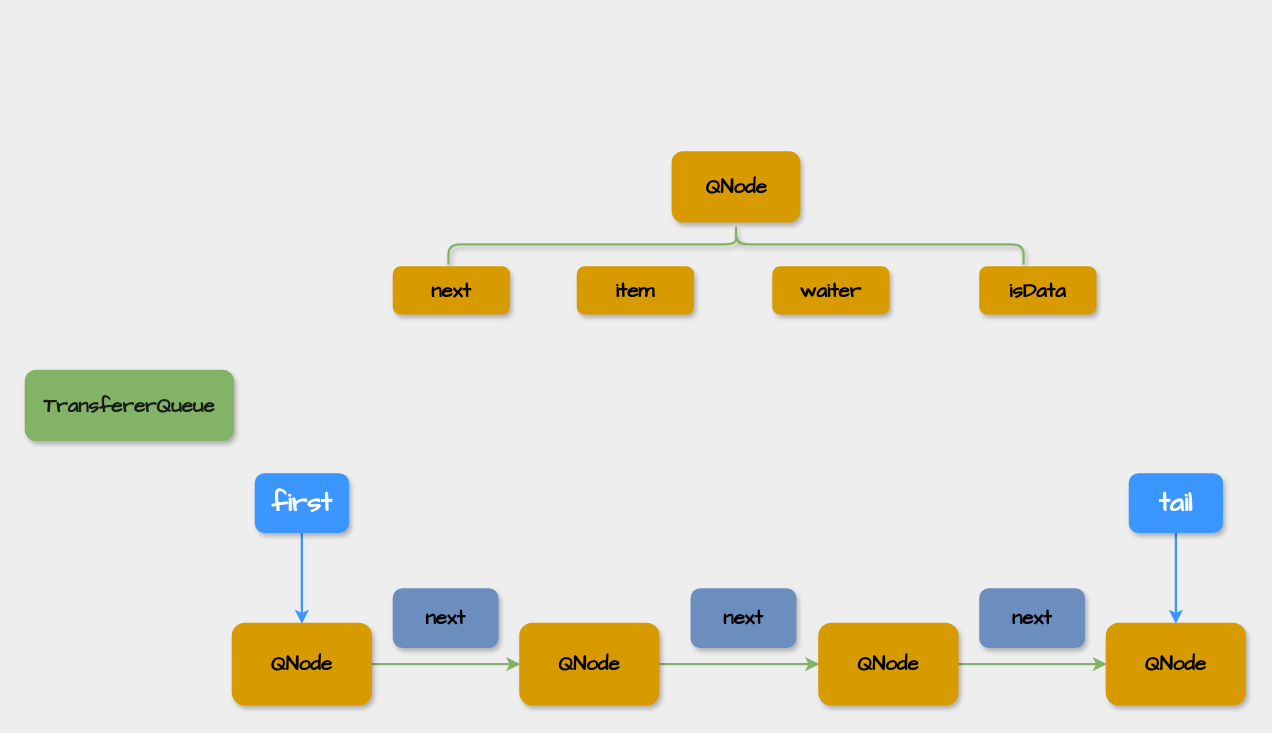
Earlier version of the draw.io diagram page "TransfererQueue" (5 of 7) of thread/SynchronousQueue.drawio (mydlxy/draw). Source tidied: cells renumbered, new cells numbered last; positions are measured from the earlier drawing's top-left corner, leaving out a move shared by most shapes. Both pictures are drawn from the tidied source at 115%, with x=0, y=0 at pixel (25, -44).
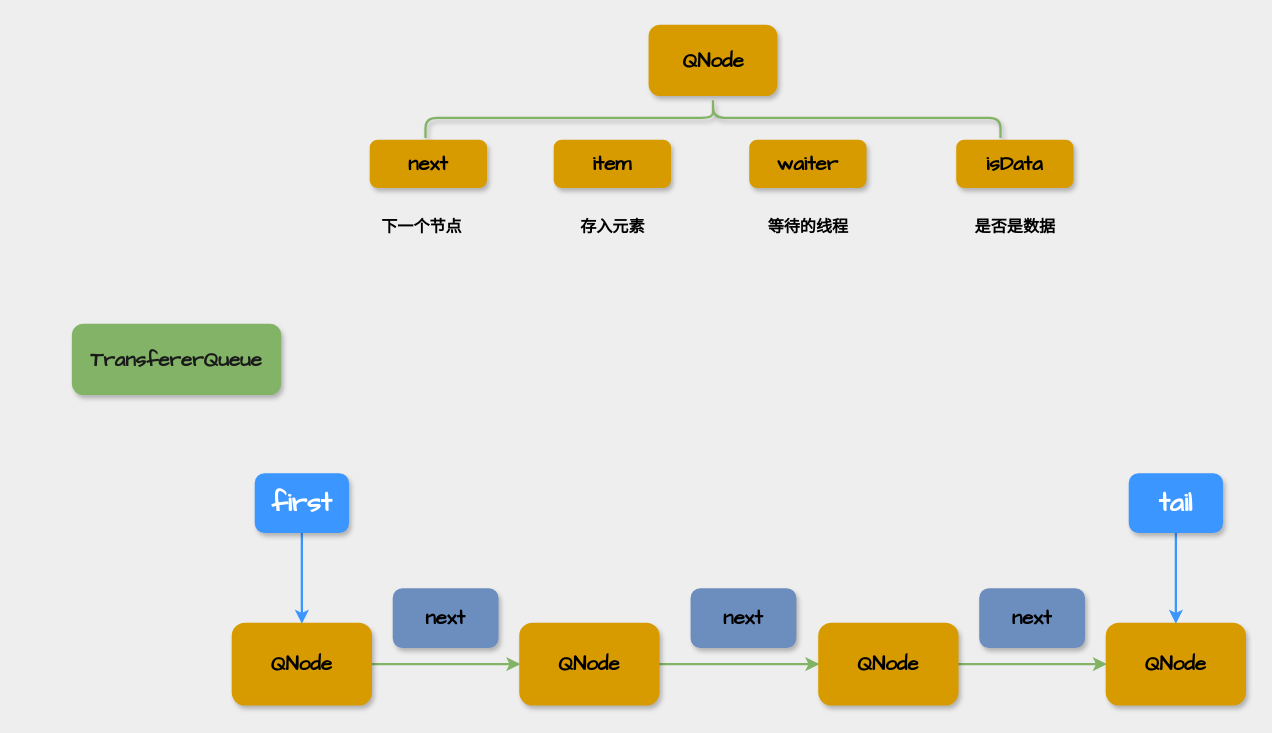
The same page after the edit.

Diff of the diagram source:
```diff
@@
     <mxCell id="2" value="&lt;b&gt;TransfererQueue&lt;/b&gt;" style="rounded=1;whiteSpace=wrap;html=1;shadow=1;strokeColor=#82B366;strokeWidth=2;fontFamily=Comic Sans MS;fontSize=18;fontColor=#1A1A1A;fillColor=#82B366;" parent="1" vertex="1">
-      <mxGeometry y="360" width="180" height="60" as="geometry" />
+      <mxGeometry x="41" y="320" width="180" height="60" as="geometry" />
     </mxCell>
     <mxCell id="3" value="&lt;b&gt;QNode&lt;/b&gt;" style="rounded=1;whiteSpace=wrap;html=1;shadow=1;strokeColor=#D79B00;strokeWidth=2;fontFamily=Comic Sans MS;fontSize=18;fillColor=#D79B00;" parent="1" vertex="1">
-      <mxGeometry x="562.5" y="170" width="110" height="60" as="geometry" />
+      <mxGeometry x="542.5" y="60" width="110" height="60" as="geometry" />
     </mxCell>
     <mxCell id="4" style="shape=curlyBracket;whiteSpace=wrap;html=1;rounded=1;shadow=1;strokeColor=#82B366;strokeWidth=2;fontFamily=Comic Sans MS;fontSize=18;fontColor=#1A1A1A;fillColor=#82B366;rotation=90;" parent="1" vertex="1">
-      <mxGeometry x="600" width="35" height="500" as="geometry" />
+      <mxGeometry x="580" y="-110" width="35" height="500" as="geometry" />
     </mxCell>
     <mxCell id="5" value="&lt;b&gt;next&lt;/b&gt;" style="rounded=1;whiteSpace=wrap;html=1;shadow=1;strokeColor=#D79B00;strokeWidth=2;fontFamily=Comic Sans MS;fontSize=18;fillColor=#D79B00;" parent="1" vertex="1">
-      <mxGeometry x="320" y="270" width="100" height="40" as="geometry" />
+      <mxGeometry x="300" y="160" width="100" height="40" as="geometry" />
     </mxCell>
     <mxCell id="6" value="&lt;b&gt;item&lt;/b&gt;" style="rounded=1;whiteSpace=wrap;html=1;shadow=1;strokeColor=#D79B00;strokeWidth=2;fontFamily=Comic Sans MS;fontSize=18;fillColor=#D79B00;" parent="1" vertex="1">
-      <mxGeometry x="480" y="270" width="100" height="40" as="geometry" />
+      <mxGeometry x="460" y="160" width="100" height="40" as="geometry" />
     </mxCell>
     <mxCell id="7" value="&lt;b&gt;waiter&lt;/b&gt;" style="rounded=1;whiteSpace=wrap;html=1;shadow=1;strokeColor=#D79B00;strokeWidth=2;fontFamily=Comic Sans MS;fontSize=18;fillColor=#D79B00;" parent="1" vertex="1">
-      <mxGeometry x="650" y="270" width="100" height="40" as="geometry" />
+      <mxGeometry x="630" y="160" width="100" height="40" as="geometry" />
     </mxCell>
     <mxCell id="8" value="&lt;b&gt;isData&lt;/b&gt;" style="rounded=1;whiteSpace=wrap;html=1;shadow=1;strokeColor=#D79B00;strokeWidth=2;fontFamily=Comic Sans MS;fontSize=18;fillColor=#D79B00;" parent="1" vertex="1">
-      <mxGeometry x="830" y="270" width="100" height="40" as="geometry" />
+      <mxGeometry x="810" y="160" width="100" height="40" as="geometry" />
     </mxCell>
@@
+    <mxCell id="23" value="&lt;b&gt;&lt;font style=&quot;font-size: 14px;&quot;&gt;下一个节点&lt;/font&gt;&lt;/b&gt;" style="text;html=1;strokeColor=none;fillColor=none;align=center;verticalAlign=middle;whiteSpace=wrap;rounded=0;" parent="1" vertex="1">
+      <mxGeometry x="300" y="220" width="89" height="30" as="geometry" />
+    </mxCell>
+    <mxCell id="24" value="&lt;b&gt;&lt;font style=&quot;font-size: 14px;&quot;&gt;存入元素&lt;/font&gt;&lt;/b&gt;" style="text;html=1;strokeColor=none;fillColor=none;align=center;verticalAlign=middle;whiteSpace=wrap;rounded=0;" parent="1" vertex="1">
+      <mxGeometry x="465.5" y="220" width="89" height="30" as="geometry" />
+    </mxCell>
+    <mxCell id="25" value="&lt;span style=&quot;font-size: 14px;&quot;&gt;&lt;b&gt;等待的线程&lt;/b&gt;&lt;/span&gt;" style="text;html=1;strokeColor=none;fillColor=none;align=center;verticalAlign=middle;whiteSpace=wrap;rounded=0;" parent="1" vertex="1">
+      <mxGeometry x="635.5" y="220" width="89" height="30" as="geometry" />
+    </mxCell>
+    <mxCell id="26" value="&lt;span style=&quot;font-size: 14px;&quot;&gt;&lt;b&gt;是否是数据&lt;/b&gt;&lt;/span&gt;" style="text;html=1;strokeColor=none;fillColor=none;align=center;verticalAlign=middle;whiteSpace=wrap;rounded=0;" parent="1" vertex="1">
+      <mxGeometry x="815.5" y="220" width="89" height="30" as="geometry" />
+    </mxCell>
```
